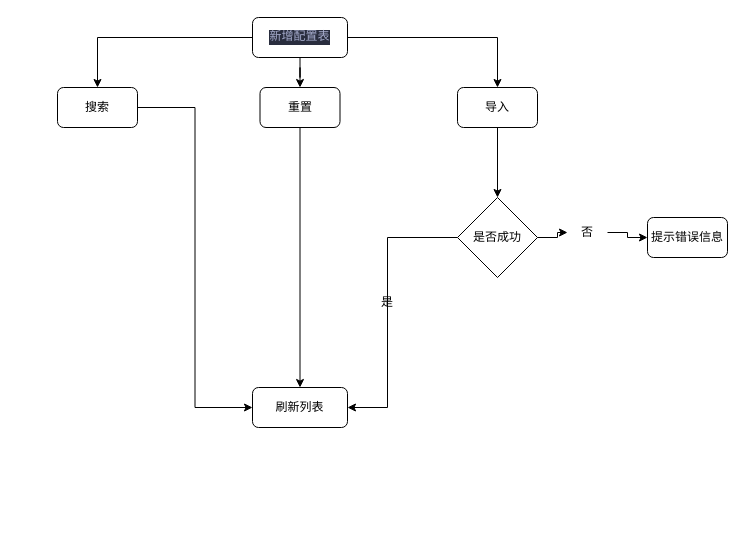
The draw.io diagram 未命名绘图.drawio in wangadai/draw, before the edit. Source tidied: cells renumbered, new cells numbered last; positions are measured from the earlier drawing's top-left corner, leaving out a move shared by most shapes. Both pictures are drawn from the tidied source at 100%, with x=0, y=0 at pixel (57, 17).
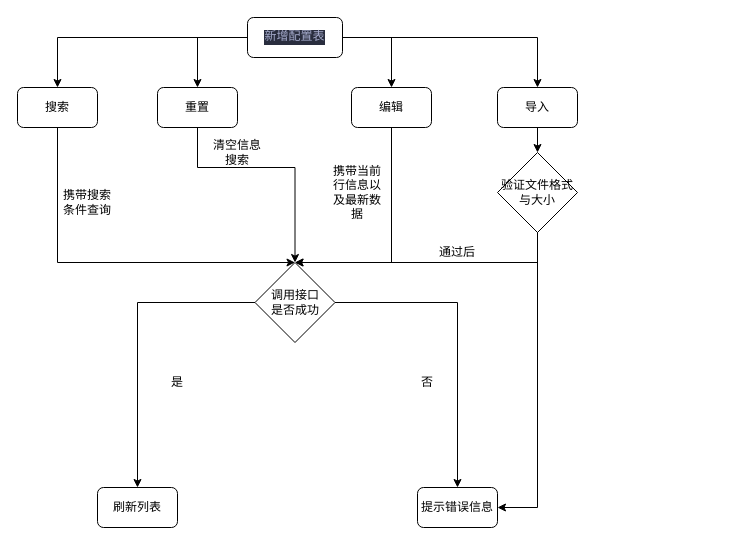
After the change.

Commit message:
更新未命名绘图.drawio

Diff of the diagram source:
```diff
@@
+    <mxCell id="20" style="edgeStyle=orthogonalEdgeStyle;rounded=0;jettySize=auto;html=1;entryX=0.5;entryY=0;entryDx=0;entryDy=0;" parent="1" edge="1" source="5" target="26">
+      <mxGeometry relative="1" as="geometry" />
+    </mxCell>
     <mxCell id="5" value="&lt;div style=&quot;background-color:#292d3e;color:#a6accd&quot;&gt;&lt;pre style=&quot;font-family:'宋体',monospace;font-size:9.0pt;&quot;&gt;新增配置表&lt;/pre&gt;&lt;/div&gt;" style="rounded=1;whiteSpace=wrap;html=1;fontSize=12;glass=0;strokeWidth=1;shadow=0;" parent="1" vertex="1">
-      <mxGeometry x="195" width="95" height="40" as="geometry" />
+      <mxGeometry x="190" width="95" height="40" as="geometry" />
     </mxCell>
-    <mxCell id="6" style="edgeStyle=orthogonalEdgeStyle;rounded=0;jettySize=auto;html=1;entryX=0;entryY=0.5;entryDx=0;entryDy=0;" parent="1" edge="1" source="7" target="12">
-      <mxGeometry relative="1" as="geometry" />
-    </mxCell>
+    <mxCell id="21" style="edgeStyle=orthogonalEdgeStyle;rounded=0;jettySize=auto;html=1;entryX=0.5;entryY=0;entryDx=0;entryDy=0;" parent="1" edge="1" source="7" target="14">
+      <mxGeometry relative="1" as="geometry">
+        <Array as="points">
+          <mxPoint y="245" />
+        </Array>
+      </mxGeometry>
+    </mxCell>
     <mxCell id="7" value="搜索" style="whiteSpace=wrap;html=1;rounded=1;glass=0;strokeWidth=1;shadow=0;" parent="1" vertex="1">
-      <mxGeometry y="70" width="80" height="40" as="geometry" />
+      <mxGeometry x="-40" y="70" width="80" height="40" as="geometry" />
     </mxCell>
-    <mxCell id="8" style="edgeStyle=orthogonalEdgeStyle;rounded=0;jettySize=auto;html=1;entryX=0.5;entryY=0;entryDx=0;entryDy=0;" parent="1" edge="1" source="9" target="12">
+    <mxCell id="8" style="edgeStyle=orthogonalEdgeStyle;rounded=0;jettySize=auto;html=1;entryX=0.5;entryY=0;entryDx=0;entryDy=0;" parent="1" edge="1" source="14" target="12">
       <mxGeometry relative="1" as="geometry" />
     </mxCell>
+    <mxCell id="22" style="edgeStyle=orthogonalEdgeStyle;rounded=0;jettySize=auto;html=1;entryX=0.5;entryY=0;entryDx=0;entryDy=0;" parent="1" edge="1" source="9" target="14">
+      <mxGeometry relative="1" as="geometry">
+        <Array as="points">
+          <mxPoint x="140" y="150" />
+          <mxPoint x="238" y="150" />
+        </Array>
+      </mxGeometry>
+    </mxCell>
     <mxCell id="9" value="重置" style="whiteSpace=wrap;html=1;rounded=1;glass=0;strokeWidth=1;shadow=0;" parent="1" vertex="1">
-      <mxGeometry x="202.5" y="70" width="80" height="40" as="geometry" />
+      <mxGeometry x="100" y="70" width="80" height="40" as="geometry" />
     </mxCell>
-    <mxCell id="10" style="edgeStyle=orthogonalEdgeStyle;rounded=0;jettySize=auto;html=1;" parent="1" edge="1" source="11" target="14">
-      <mxGeometry relative="1" as="geometry" />
-    </mxCell>
+    <mxCell id="23" style="edgeStyle=orthogonalEdgeStyle;rounded=0;jettySize=auto;html=1;entryX=0.5;entryY=0;entryDx=0;entryDy=0;" parent="1" edge="1" target="14">
+      <mxGeometry relative="1" as="geometry">
+        <mxPoint x="480" y="210" as="sourcePoint" />
+        <Array as="points">
+          <mxPoint x="480" y="245" />
+        </Array>
+      </mxGeometry>
+    </mxCell>
+    <mxCell id="24" style="edgeStyle=orthogonalEdgeStyle;rounded=0;jettySize=auto;html=1;" parent="1" edge="1" source="11" target="32">
+      <mxGeometry relative="1" as="geometry" />
+    </mxCell>
     <mxCell id="11" value="导入" style="whiteSpace=wrap;html=1;rounded=1;glass=0;strokeWidth=1;shadow=0;" parent="1" vertex="1">
-      <mxGeometry x="400" y="70" width="80" height="40" as="geometry" />
+      <mxGeometry x="440" y="70" width="80" height="40" as="geometry" />
     </mxCell>
     <mxCell id="12" value="刷新列表" style="rounded=1;whiteSpace=wrap;html=1;fontSize=12;glass=0;strokeWidth=1;shadow=0;" parent="1" vertex="1">
-      <mxGeometry x="195" y="370" width="95" height="40" as="geometry" />
+      <mxGeometry x="40" y="470" width="80" height="40" as="geometry" />
     </mxCell>
-    <mxCell id="13" style="edgeStyle=orthogonalEdgeStyle;rounded=0;jettySize=auto;html=1;" parent="1" edge="1" source="17" target="15">
-      <mxGeometry relative="1" as="geometry" />
-    </mxCell>
+    <mxCell id="15" value="提示错误信息" style="rounded=1;whiteSpace=wrap;html=1;" parent="1" vertex="1">
+      <mxGeometry x="360" y="470" width="80" height="40" as="geometry" />
+    </mxCell>
+    <mxCell id="17" value="否" style="text;html=1;align=center;verticalAlign=middle;whiteSpace=wrap;rounded=0;" parent="1" vertex="1">
+      <mxGeometry x="350" y="350" width="40" height="30" as="geometry" />
+    </mxCell>
+    <mxCell id="19" value="是" style="text;html=1;align=center;verticalAlign=middle;whiteSpace=wrap;rounded=0;" parent="1" vertex="1">
+      <mxGeometry x="90" y="350" width="60" height="30" as="geometry" />
+    </mxCell>
+    <mxCell id="25" style="edgeStyle=orthogonalEdgeStyle;rounded=0;jettySize=auto;html=1;entryX=0.5;entryY=0;entryDx=0;entryDy=0;" parent="1" edge="1" source="26" target="14">
+      <mxGeometry relative="1" as="geometry">
+        <Array as="points">
+          <mxPoint x="334" y="245" />
+        </Array>
+      </mxGeometry>
+    </mxCell>
+    <mxCell id="26" value="编辑" style="whiteSpace=wrap;html=1;rounded=1;glass=0;strokeWidth=1;shadow=0;" parent="1" vertex="1">
+      <mxGeometry x="294" y="70" width="80" height="40" as="geometry" />
+    </mxCell>
+    <mxCell id="27" style="edgeStyle=orthogonalEdgeStyle;rounded=0;jettySize=auto;html=1;entryX=0.5;entryY=0;entryDx=0;entryDy=0;" parent="1" edge="1" source="14" target="15">
+      <mxGeometry relative="1" as="geometry" />
+    </mxCell>
-    <mxCell id="14" value="是否成功" style="rhombus;whiteSpace=wrap;html=1;" parent="1" vertex="1">
-      <mxGeometry x="400" y="180" width="80" height="80" as="geometry" />
+    <mxCell id="14" value="调用接口&lt;div&gt;是否成功&lt;/div&gt;" style="rhombus;whiteSpace=wrap;html=1;" parent="1" vertex="1">
+      <mxGeometry x="197.5" y="245" width="80" height="80" as="geometry" />
     </mxCell>
-    <mxCell id="15" value="提示错误信息" style="rounded=1;whiteSpace=wrap;html=1;" parent="1" vertex="1">
-      <mxGeometry x="590" y="200" width="80" height="40" as="geometry" />
-    </mxCell>
-    <mxCell id="16" style="edgeStyle=orthogonalEdgeStyle;rounded=0;jettySize=auto;html=1;" parent="1" edge="1" source="14" target="17">
-      <mxGeometry relative="1" as="geometry" />
-    </mxCell>
-    <mxCell id="17" value="否" style="text;html=1;align=center;verticalAlign=middle;whiteSpace=wrap;rounded=0;" parent="1" vertex="1">
-      <mxGeometry x="510" y="200" width="40" height="30" as="geometry" />
-    </mxCell>
-    <mxCell id="18" style="edgeStyle=orthogonalEdgeStyle;rounded=0;jettySize=auto;html=1;entryX=1;entryY=0.5;entryDx=0;entryDy=0;" parent="1" edge="1" source="14" target="12">
-      <mxGeometry relative="1" as="geometry">
-        <Array as="points">
-          <mxPoint x="330" y="220" />
-          <mxPoint x="330" y="390" />
-        </Array>
-      </mxGeometry>
-    </mxCell>
-    <mxCell id="19" value="是" style="text;html=1;align=center;verticalAlign=middle;whiteSpace=wrap;rounded=0;" parent="1" vertex="1">
-      <mxGeometry x="300" y="270" width="60" height="30" as="geometry" />
-    </mxCell>
+    <mxCell id="28" value="携带搜索条件查询" style="text;html=1;align=center;verticalAlign=middle;whiteSpace=wrap;rounded=0;" parent="1" vertex="1">
+      <mxGeometry y="170" width="60" height="30" as="geometry" />
+    </mxCell>
+    <mxCell id="29" value="清空信息搜索" style="text;html=1;align=center;verticalAlign=middle;whiteSpace=wrap;rounded=0;" parent="1" vertex="1">
+      <mxGeometry x="150" y="120" width="60" height="30" as="geometry" />
+    </mxCell>
+    <mxCell id="30" value="携带当前行信息以及最新数据" style="text;html=1;align=center;verticalAlign=middle;whiteSpace=wrap;rounded=0;" parent="1" vertex="1">
+      <mxGeometry x="270" y="160" width="60" height="30" as="geometry" />
+    </mxCell>
+    <mxCell id="31" style="edgeStyle=orthogonalEdgeStyle;rounded=0;jettySize=auto;html=1;entryX=1;entryY=0.5;entryDx=0;entryDy=0;" parent="1" edge="1" source="32" target="15">
+      <mxGeometry relative="1" as="geometry" />
+    </mxCell>
+    <mxCell id="32" value="验证文件格式与大小" style="rhombus;whiteSpace=wrap;html=1;" parent="1" vertex="1">
+      <mxGeometry x="440" y="135" width="80" height="80" as="geometry" />
+    </mxCell>
+    <mxCell id="33" value="通过后" style="text;html=1;align=center;verticalAlign=middle;whiteSpace=wrap;rounded=0;" parent="1" vertex="1">
+      <mxGeometry x="370" y="215" width="60" height="40" as="geometry" />
+    </mxCell>
```
